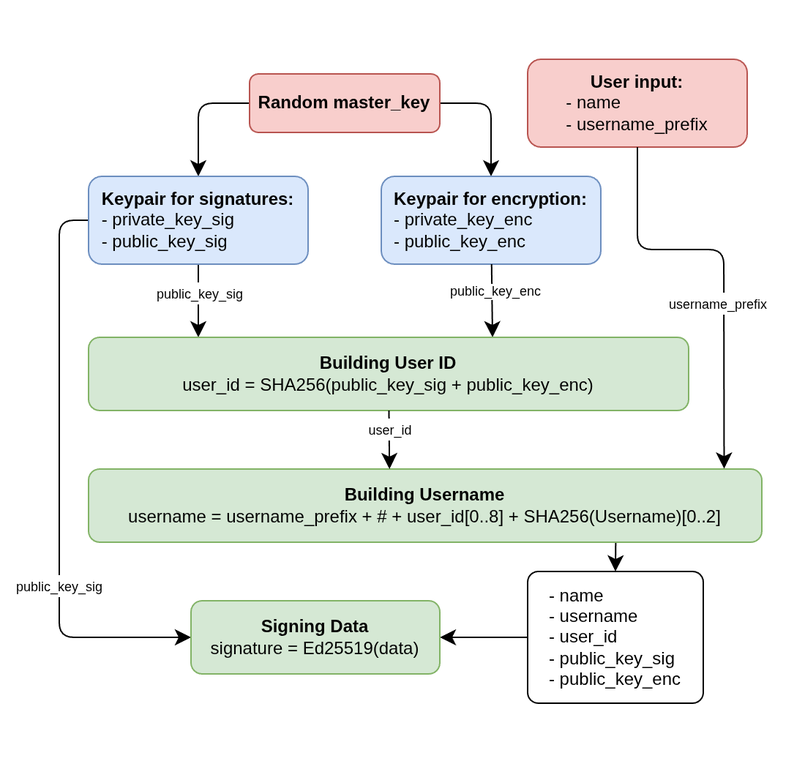
The draw.io diagram docs/RFC/assets/RFC-0001/account-creation-scheme.png in mem0r1leak/messenger, before a commit. Source tidied: cells renumbered, new cells last; positions are measured from the earlier drawing's top-left corner, leaving out a move shared by most shapes.
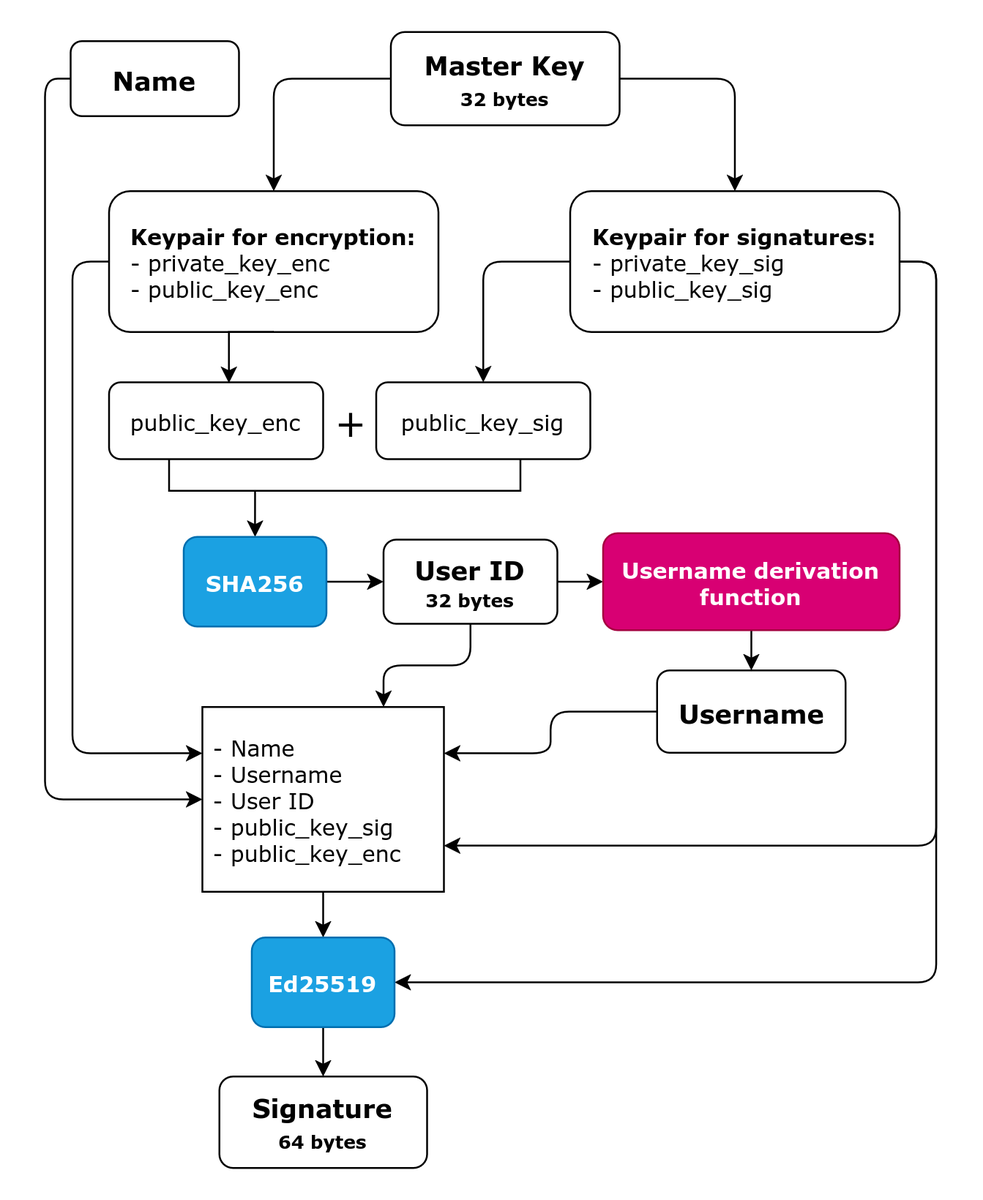
The same diagram one commit later.

Commit message:
docs(RFC): Update RFC-0001 according to RFC template

Diff of the diagram source:
```diff
@@ -2,98 +2,103 @@
   <root>
     <mxCell id="0" />
     <mxCell id="1" parent="0" />
-    <mxCell id="2" style="edgeStyle=none;curved=0;rounded=1;jettySize=auto;html=1;entryX=0.5;entryY=0;entryDx=0;entryDy=0;fontSize=12;startSize=8;endSize=8;strokeWidth=1;strokeColor=default;" parent="1" edge="1" source="4" target="8">
-      <mxGeometry relative="1" as="geometry">
-        <Array as="points">
-          <mxPoint x="95" y="30" />
-        </Array>
-      </mxGeometry>
-    </mxCell>
-    <mxCell id="3" style="edgeStyle=none;curved=0;rounded=1;jettySize=auto;html=1;entryX=0.5;entryY=0;entryDx=0;entryDy=0;fontSize=12;startSize=8;endSize=8;" parent="1" edge="1" source="4" target="9">
-      <mxGeometry relative="1" as="geometry">
-        <Array as="points">
-          <mxPoint x="295" y="30" />
-        </Array>
-      </mxGeometry>
-    </mxCell>
-    <mxCell id="4" value="&lt;p&gt;&lt;b&gt;Random master_key&lt;/b&gt;&lt;/p&gt;" style="rounded=1;whiteSpace=wrap;html=1;fillColor=#f8cecc;strokeColor=#b85450;" parent="1" vertex="1">
-      <mxGeometry x="130" y="10" width="130" height="40" as="geometry" />
-    </mxCell>
-    <mxCell id="5" style="edgeStyle=none;curved=1;rounded=0;jettySize=auto;html=1;fontSize=12;startSize=8;endSize=8;" parent="1" edge="1" source="8">
-      <mxGeometry relative="1" as="geometry">
-        <mxPoint x="95" y="190" as="targetPoint" />
-      </mxGeometry>
-    </mxCell>
-    <mxCell id="6" value="&lt;font style=&quot;font-size: 9px;&quot;&gt;public_key_sig&lt;/font&gt;" style="edgeLabel;html=1;align=center;verticalAlign=middle;fontSize=12;" parent="5" vertex="1">
-      <mxGeometry x="-0.23" y="1" relative="1" as="geometry" />
-    </mxCell>
-    <mxCell id="7" style="edgeStyle=none;curved=0;rounded=1;jettySize=auto;html=1;fontSize=12;startSize=8;endSize=8;entryX=0;entryY=0.5;entryDx=0;entryDy=0;" parent="1" edge="1" source="8" target="22">
-      <mxGeometry relative="1" as="geometry">
-        <Array as="points">
-          <mxPoint y="110" />
-          <mxPoint y="250" />
-          <mxPoint y="395" />
-        </Array>
-      </mxGeometry>
-    </mxCell>
+    <mxCell id="24" style="edgeStyle=orthogonalEdgeStyle;rounded=1;jettySize=auto;html=1;exitX=0;exitY=0.5;exitDx=0;exitDy=0;entryX=0.5;entryY=0;entryDx=0;entryDy=0;curved=0;" parent="1" edge="1" source="26" target="9">
+      <mxGeometry relative="1" as="geometry" />
+    </mxCell>
+    <mxCell id="25" style="edgeStyle=orthogonalEdgeStyle;rounded=1;jettySize=auto;html=1;exitX=1;exitY=0.5;exitDx=0;exitDy=0;entryX=0.5;entryY=0;entryDx=0;entryDy=0;curved=0;" parent="1" edge="1" source="26" target="8">
+      <mxGeometry relative="1" as="geometry" />
+    </mxCell>
+    <mxCell id="26" value="&lt;div&gt;Master Key&lt;/div&gt;&lt;div&gt;&lt;font style=&quot;font-size: 10px;&quot;&gt;32 bytes&lt;/font&gt;&lt;/div&gt;" style="rounded=1;whiteSpace=wrap;html=1;fontSize=14;fontFamily=Verdana;fontStyle=1;" parent="1" vertex="1">
+      <mxGeometry x="323" y="-79" width="125" height="51" as="geometry" />
+    </mxCell>
+    <mxCell id="27" style="edgeStyle=orthogonalEdgeStyle;rounded=1;jettySize=auto;html=1;exitX=0;exitY=0.5;exitDx=0;exitDy=0;entryX=0;entryY=0.25;entryDx=0;entryDy=0;curved=0;" parent="1" edge="1" source="9" target="48">
+      <mxGeometry relative="1" as="geometry" />
+    </mxCell>
+    <mxCell id="9" value="&lt;div&gt;Keypair for encryption:&lt;/div&gt;&lt;div align=&quot;left&quot;&gt;&lt;span style=&quot;font-weight: normal;&quot;&gt;- private_key_enc&lt;/span&gt;&lt;/div&gt;&lt;div align=&quot;left&quot;&gt;&lt;span style=&quot;font-weight: normal;&quot;&gt;- public_key_enc&lt;/span&gt;&lt;/div&gt;" style="rounded=1;whiteSpace=wrap;html=1;fontStyle=1;fontFamily=Verdana;" parent="1" vertex="1">
+      <mxGeometry x="169" y="8" width="180" height="77" as="geometry" />
+    </mxCell>
+    <mxCell id="28" style="edgeStyle=orthogonalEdgeStyle;rounded=1;jettySize=auto;html=1;exitX=0;exitY=0.5;exitDx=0;exitDy=0;curved=0;" parent="1" edge="1" source="8" target="31">
+      <mxGeometry relative="1" as="geometry" />
+    </mxCell>
+    <mxCell id="29" style="edgeStyle=orthogonalEdgeStyle;rounded=1;jettySize=auto;html=1;exitX=1;exitY=0.5;exitDx=0;exitDy=0;entryX=1;entryY=0.75;entryDx=0;entryDy=0;curved=0;" parent="1" edge="1" source="8" target="48">
+      <mxGeometry relative="1" as="geometry" />
+    </mxCell>
+    <mxCell id="30" style="edgeStyle=orthogonalEdgeStyle;rounded=1;jettySize=auto;html=1;exitX=1;exitY=0.5;exitDx=0;exitDy=0;entryX=1;entryY=0.5;entryDx=0;entryDy=0;curved=0;" parent="1" edge="1" source="8" target="50">
+      <mxGeometry relative="1" as="geometry" />
+    </mxCell>
-    <mxCell id="8" value="&lt;div style=&quot;&quot;&gt;&lt;span style=&quot;background-color: transparent; color: light-dark(rgb(0, 0, 0), rgb(255, 255, 255));&quot;&gt;&lt;b&gt;Keypair for signatures:&lt;/b&gt;&lt;/span&gt;&lt;/div&gt;&lt;div style=&quot;text-align: left;&quot;&gt;&lt;span style=&quot;background-color: transparent; color: light-dark(rgb(0, 0, 0), rgb(255, 255, 255));&quot;&gt;- private_key_sig&lt;/span&gt;&lt;/div&gt;&lt;div style=&quot;text-align: left;&quot;&gt;&lt;span style=&quot;background-color: transparent; color: light-dark(rgb(0, 0, 0), rgb(255, 255, 255));&quot;&gt;- public_key_sig&lt;/span&gt;&lt;/div&gt;" style="rounded=1;whiteSpace=wrap;html=1;align=center;fillColor=#dae8fc;strokeColor=#6c8ebf;glass=0;shadow=0;" parent="1" vertex="1">
-      <mxGeometry x="20" y="80" width="150" height="60" as="geometry" />
+    <mxCell id="8" value="&lt;div&gt;Keypair for signatures:&lt;/div&gt;&lt;div align=&quot;left&quot;&gt;&lt;span style=&quot;font-weight: normal;&quot;&gt;- private_key_sig&lt;/span&gt;&lt;/div&gt;&lt;div align=&quot;left&quot;&gt;&lt;span style=&quot;font-weight: normal;&quot;&gt;- public_key_sig&lt;/span&gt;&lt;/div&gt;" style="rounded=1;whiteSpace=wrap;html=1;fontStyle=1;fontFamily=Verdana;" parent="1" vertex="1">
+      <mxGeometry x="421" y="8" width="180" height="77" as="geometry" />
     </mxCell>
-    <mxCell id="9" value="&lt;div style=&quot;&quot;&gt;&lt;span style=&quot;background-color: transparent; color: light-dark(rgb(0, 0, 0), rgb(255, 255, 255));&quot;&gt;&lt;b&gt;Keypair for encryption:&lt;/b&gt;&lt;/span&gt;&lt;/div&gt;&lt;div style=&quot;text-align: left;&quot;&gt;&lt;span style=&quot;background-color: transparent; color: light-dark(rgb(0, 0, 0), rgb(255, 255, 255));&quot;&gt;- private_key_enc&lt;/span&gt;&lt;/div&gt;&lt;div style=&quot;text-align: left;&quot;&gt;&lt;span style=&quot;background-color: transparent; color: light-dark(rgb(0, 0, 0), rgb(255, 255, 255));&quot;&gt;- public_key_enc&lt;/span&gt;&lt;/div&gt;" style="rounded=1;whiteSpace=wrap;html=1;align=center;fillColor=#dae8fc;strokeColor=#6c8ebf;" parent="1" vertex="1">
-      <mxGeometry x="220" y="80" width="150" height="60" as="geometry" />
-    </mxCell>
-    <mxCell id="10" style="edgeStyle=none;curved=1;rounded=0;jettySize=auto;html=1;entryX=0.5;entryY=0;entryDx=0;entryDy=0;fontSize=12;startSize=8;endSize=8;exitX=0.783;exitY=0.991;exitDx=0;exitDy=0;exitPerimeter=0;" parent="1" edge="1" source="11" target="21">
-      <mxGeometry relative="1" as="geometry" />
-    </mxCell>
-    <mxCell id="11" value="&lt;div&gt;&lt;b&gt;Building Username&lt;/b&gt;&lt;/div&gt;username = username_prefix + # + user_id[0..8] + SHA256(Username)[0..2]" style="rounded=1;whiteSpace=wrap;html=1;fillColor=#d5e8d4;strokeColor=#82b366;" parent="1" vertex="1">
-      <mxGeometry x="20" y="280" width="460" height="50" as="geometry" />
-    </mxCell>
-    <mxCell id="12" style="edgeStyle=none;curved=1;rounded=0;jettySize=auto;html=1;fontSize=12;startSize=8;endSize=8;" parent="1" edge="1" source="9">
-      <mxGeometry relative="1" as="geometry">
-        <mxPoint x="296" y="190" as="targetPoint" />
-      </mxGeometry>
-    </mxCell>
-    <mxCell id="13" value="&lt;font style=&quot;font-size: 9px;&quot;&gt;public_key_enc&lt;/font&gt;" style="edgeLabel;html=1;align=center;verticalAlign=middle;points=[];fontSize=8;" parent="12" vertex="1">
-      <mxGeometry x="-0.25" y="2" relative="1" as="geometry" />
+    <mxCell id="13" value="public_key_enc" style="rounded=1;whiteSpace=wrap;html=1;fontFamily=Verdana;" parent="1" vertex="1">
+      <mxGeometry x="169" y="112.5" width="117" height="42" as="geometry" />
     </mxCell>
-    <mxCell id="14" value="&lt;div style=&quot;&quot;&gt;&lt;span style=&quot;background-color: transparent; color: light-dark(rgb(0, 0, 0), rgb(255, 255, 255));&quot;&gt;&lt;b&gt;User input:&lt;/b&gt;&lt;/span&gt;&lt;/div&gt;&lt;div style=&quot;text-align: left;&quot;&gt;&lt;span style=&quot;background-color: transparent; color: light-dark(rgb(0, 0, 0), rgb(255, 255, 255));&quot;&gt;- name&lt;/span&gt;&lt;/div&gt;&lt;div style=&quot;text-align: left;&quot;&gt;&lt;span style=&quot;background-color: transparent; color: light-dark(rgb(0, 0, 0), rgb(255, 255, 255));&quot;&gt;- username_prefix&lt;/span&gt;&lt;/div&gt;" style="rounded=1;whiteSpace=wrap;html=1;align=center;fillColor=#f8cecc;strokeColor=#b85450;glass=0;shadow=0;" parent="1" vertex="1">
-      <mxGeometry x="320" width="150" height="60" as="geometry" />
-    </mxCell>
-    <mxCell id="15" style="edgeStyle=none;curved=0;rounded=1;jettySize=auto;html=1;fontSize=12;startSize=8;endSize=8;entryX=0.944;entryY=-0.005;entryDx=0;entryDy=0;entryPerimeter=0;" parent="1" edge="1" source="14" target="11">
-      <mxGeometry relative="1" as="geometry">
-        <Array as="points">
-          <mxPoint x="395" y="130" />
-          <mxPoint x="454" y="130" />
-        </Array>
-      </mxGeometry>
-    </mxCell>
-    <mxCell id="16" value="&lt;font style=&quot;font-size: 9px;&quot;&gt;username_prefix&lt;/font&gt;" style="edgeLabel;html=1;align=center;verticalAlign=middle;fontSize=12;" parent="15" vertex="1">
-      <mxGeometry x="0.26" y="1" relative="1" as="geometry">
-        <mxPoint x="-5" y="-10" as="offset" />
-      </mxGeometry>
-    </mxCell>
-    <mxCell id="17" value="&lt;b&gt;Building User ID&lt;/b&gt;&lt;div&gt;user_id = SHA256(public_key_sig + public_key_enc)&lt;/div&gt;" style="rounded=1;whiteSpace=wrap;html=1;fillColor=#d5e8d4;strokeColor=#82b366;" parent="1" vertex="1">
-      <mxGeometry x="20" y="190" width="410" height="50" as="geometry" />
-    </mxCell>
-    <mxCell id="18" style="edgeStyle=none;curved=1;rounded=0;jettySize=auto;html=1;entryX=0.447;entryY=0;entryDx=0;entryDy=0;entryPerimeter=0;fontSize=12;startSize=8;endSize=8;" parent="1" edge="1" source="17" target="11">
-      <mxGeometry relative="1" as="geometry" />
-    </mxCell>
-    <mxCell id="19" value="&lt;font style=&quot;font-size: 9px;&quot;&gt;user_id&lt;/font&gt;" style="edgeLabel;html=1;align=center;verticalAlign=middle;fontSize=12;" parent="18" vertex="1">
-      <mxGeometry x="-0.2" relative="1" as="geometry">
-        <mxPoint y="-3" as="offset" />
-      </mxGeometry>
-    </mxCell>
-    <mxCell id="20" style="edgeStyle=none;curved=1;rounded=0;jettySize=auto;html=1;entryX=1;entryY=0.5;entryDx=0;entryDy=0;fontSize=12;startSize=8;endSize=8;" parent="1" edge="1" source="21" target="22">
-      <mxGeometry relative="1" as="geometry" />
-    </mxCell>
-    <mxCell id="21" value="&lt;div style=&quot;text-align: left;&quot;&gt;- name&lt;/div&gt;&lt;div style=&quot;text-align: left;&quot;&gt;- username&lt;/div&gt;&lt;div style=&quot;text-align: left;&quot;&gt;- user_id&lt;/div&gt;&lt;div style=&quot;text-align: left;&quot;&gt;- public_key_sig&lt;/div&gt;&lt;div style=&quot;text-align: left;&quot;&gt;- public_key_enc&lt;/div&gt;" style="rounded=1;whiteSpace=wrap;html=1;arcSize=8;" parent="1" vertex="1">
-      <mxGeometry x="320" y="350" width="120" height="90" as="geometry" />
-    </mxCell>
-    <mxCell id="22" value="&lt;div&gt;&lt;b&gt;Signing Data&lt;/b&gt;&lt;/div&gt;signature = Ed25519(data)" style="rounded=1;whiteSpace=wrap;html=1;fillColor=#d5e8d4;strokeColor=#82b366;" parent="1" vertex="1">
-      <mxGeometry x="90" y="370" width="170" height="50" as="geometry" />
-    </mxCell>
-    <mxCell id="23" value="&lt;font style=&quot;font-size: 9px;&quot;&gt;public_key_sig&lt;/font&gt;" style="edgeLabel;html=1;align=center;verticalAlign=middle;fontSize=12;" parent="1" vertex="1">
-      <mxGeometry y="360" as="geometry" />
-    </mxCell>
+    <mxCell id="31" value="public_key_sig" style="rounded=1;whiteSpace=wrap;html=1;fontFamily=Verdana;" parent="1" vertex="1">
+      <mxGeometry x="315" y="112.5" width="117" height="42" as="geometry" />
+    </mxCell>
+    <mxCell id="32" style="edgeStyle=orthogonalEdgeStyle;rounded=0;jettySize=auto;html=1;exitX=-0.013;exitY=0.245;exitDx=0;exitDy=0;exitPerimeter=0;entryX=0.5;entryY=0;entryDx=0;entryDy=0;" parent="1" edge="1" source="33" target="36">
+      <mxGeometry relative="1" as="geometry" />
+    </mxCell>
+    <mxCell id="33" style="strokeWidth=1;html=1;shape=mxgraph.flowchart.annotation_1;align=left;rotation=-90;" parent="1" vertex="1">
+      <mxGeometry x="289" y="67" width="17.5" height="192" as="geometry" />
+    </mxCell>
+    <mxCell id="34" value="+" style="text;html=1;whiteSpace=wrap;strokeColor=none;fillColor=none;align=center;verticalAlign=middle;rounded=0;fontFamily=Verdana;fontSize=21;" parent="1" vertex="1">
+      <mxGeometry x="284" y="115" width="35" height="37" as="geometry" />
+    </mxCell>
+    <mxCell id="35" style="edgeStyle=orthogonalEdgeStyle;rounded=0;jettySize=auto;html=1;exitX=1;exitY=0.5;exitDx=0;exitDy=0;entryX=0;entryY=0.5;entryDx=0;entryDy=0;" parent="1" edge="1" source="36" target="39">
+      <mxGeometry relative="1" as="geometry" />
+    </mxCell>
+    <mxCell id="36" value="SHA256" style="rounded=1;whiteSpace=wrap;html=1;fontFamily=Verdana;fontStyle=1;fillColor=#1ba1e2;fontColor=#ffffff;strokeColor=#006EAF;" parent="1" vertex="1">
+      <mxGeometry x="209.8" y="197" width="78" height="49" as="geometry" />
+    </mxCell>
+    <mxCell id="37" style="edgeStyle=orthogonalEdgeStyle;rounded=0;jettySize=auto;html=1;exitX=1;exitY=0.5;exitDx=0;exitDy=0;entryX=0;entryY=0.5;entryDx=0;entryDy=0;" parent="1" edge="1" source="39" target="44">
+      <mxGeometry relative="1" as="geometry" />
+    </mxCell>
+    <mxCell id="38" style="edgeStyle=orthogonalEdgeStyle;rounded=1;jettySize=auto;html=1;exitX=0.5;exitY=1;exitDx=0;exitDy=0;entryX=0.75;entryY=0;entryDx=0;entryDy=0;curved=0;" parent="1" edge="1" source="39" target="48">
+      <mxGeometry relative="1" as="geometry" />
+    </mxCell>
+    <mxCell id="39" value="&lt;div&gt;&lt;font style=&quot;font-size: 14px;&quot;&gt;User ID&lt;/font&gt;&lt;/div&gt;&lt;div&gt;&lt;font style=&quot;font-size: 10px;&quot;&gt;32 bytes&lt;/font&gt;&lt;/div&gt;" style="rounded=1;whiteSpace=wrap;html=1;fontFamily=Verdana;fontStyle=1;" parent="1" vertex="1">
+      <mxGeometry x="319" y="198.5" width="95" height="46" as="geometry" />
+    </mxCell>
+    <mxCell id="40" style="edgeStyle=orthogonalEdgeStyle;rounded=0;jettySize=auto;html=1;exitX=0.5;exitY=1;exitDx=0;exitDy=0;entryX=0.56;entryY=0.009;entryDx=0;entryDy=0;entryPerimeter=0;" parent="1" edge="1" source="9" target="13">
+      <mxGeometry relative="1" as="geometry" />
+    </mxCell>
+    <mxCell id="41" style="edgeStyle=orthogonalEdgeStyle;rounded=1;jettySize=auto;html=1;exitX=0;exitY=0.5;exitDx=0;exitDy=0;entryX=0;entryY=0.5;entryDx=0;entryDy=0;curved=0;" parent="1" edge="1" source="42" target="48">
+      <mxGeometry relative="1" as="geometry">
+        <Array as="points">
+          <mxPoint x="134" y="-53" />
+          <mxPoint x="134" y="341" />
+        </Array>
+      </mxGeometry>
+    </mxCell>
+    <mxCell id="42" value="&lt;div&gt;Name&lt;/div&gt;" style="rounded=1;whiteSpace=wrap;html=1;fontSize=14;fontFamily=Verdana;fontStyle=1;" parent="1" vertex="1">
+      <mxGeometry x="148" y="-74" width="92" height="41" as="geometry" />
+    </mxCell>
+    <mxCell id="43" style="edgeStyle=orthogonalEdgeStyle;rounded=0;jettySize=auto;html=1;exitX=0.5;exitY=1;exitDx=0;exitDy=0;entryX=0.5;entryY=0;entryDx=0;entryDy=0;" parent="1" edge="1" source="44" target="46">
+      <mxGeometry relative="1" as="geometry" />
+    </mxCell>
+    <mxCell id="44" value="Username derivation function" style="rounded=1;whiteSpace=wrap;html=1;fontFamily=Verdana;fontStyle=1;fillColor=#d80073;strokeColor=#A50040;fontColor=#ffffff;" parent="1" vertex="1">
+      <mxGeometry x="439" y="195" width="162" height="53" as="geometry" />
+    </mxCell>
+    <mxCell id="45" style="edgeStyle=orthogonalEdgeStyle;rounded=1;jettySize=auto;html=1;exitX=0;exitY=0.5;exitDx=0;exitDy=0;entryX=1;entryY=0.25;entryDx=0;entryDy=0;curved=0;" parent="1" edge="1" source="46" target="48">
+      <mxGeometry relative="1" as="geometry" />
+    </mxCell>
+    <mxCell id="46" value="Username" style="rounded=1;whiteSpace=wrap;html=1;fontFamily=Verdana;fontStyle=1;fontSize=14;" parent="1" vertex="1">
+      <mxGeometry x="468.5" y="270" width="103" height="45" as="geometry" />
+    </mxCell>
+    <mxCell id="47" style="edgeStyle=orthogonalEdgeStyle;rounded=0;jettySize=auto;html=1;exitX=0.5;exitY=1;exitDx=0;exitDy=0;entryX=0.5;entryY=0;entryDx=0;entryDy=0;" parent="1" edge="1" source="48" target="50">
+      <mxGeometry relative="1" as="geometry" />
+    </mxCell>
+    <mxCell id="48" value="&lt;div align=&quot;left&quot;&gt;&amp;nbsp;- Name&lt;/div&gt;&lt;div align=&quot;left&quot;&gt;&amp;nbsp;- Username&lt;/div&gt;&lt;div align=&quot;left&quot;&gt;&amp;nbsp;- User ID&lt;/div&gt;&lt;div align=&quot;left&quot;&gt;&amp;nbsp;- public_key_sig&lt;/div&gt;&lt;div align=&quot;left&quot;&gt;&amp;nbsp;- public_key_enc&lt;/div&gt;" style="rounded=0;whiteSpace=wrap;html=1;align=left;fontFamily=Verdana;" parent="1" vertex="1">
+      <mxGeometry x="220" y="290" width="132" height="101" as="geometry" />
+    </mxCell>
+    <mxCell id="49" style="edgeStyle=orthogonalEdgeStyle;rounded=0;jettySize=auto;html=1;exitX=0.5;exitY=1;exitDx=0;exitDy=0;entryX=0.5;entryY=0;entryDx=0;entryDy=0;" parent="1" edge="1" source="50" target="51">
+      <mxGeometry relative="1" as="geometry" />
+    </mxCell>
+    <mxCell id="50" value="Ed25519" style="rounded=1;whiteSpace=wrap;html=1;fontFamily=Verdana;fontStyle=1;fillColor=#1ba1e2;fontColor=#ffffff;strokeColor=#006EAF;" parent="1" vertex="1">
+      <mxGeometry x="247" y="416" width="78" height="49" as="geometry" />
+    </mxCell>
+    <mxCell id="51" value="&lt;div&gt;Signature&lt;/div&gt;&lt;div&gt;&lt;font style=&quot;font-size: 10px;&quot;&gt;64 bytes&lt;/font&gt;&lt;/div&gt;" style="rounded=1;whiteSpace=wrap;html=1;fontFamily=Verdana;fontStyle=1;fontSize=14;" parent="1" vertex="1">
+      <mxGeometry x="229.2" y="492" width="113.5" height="50" as="geometry" />
+    </mxCell>
   </root>
 </mxGraphModel>
```
